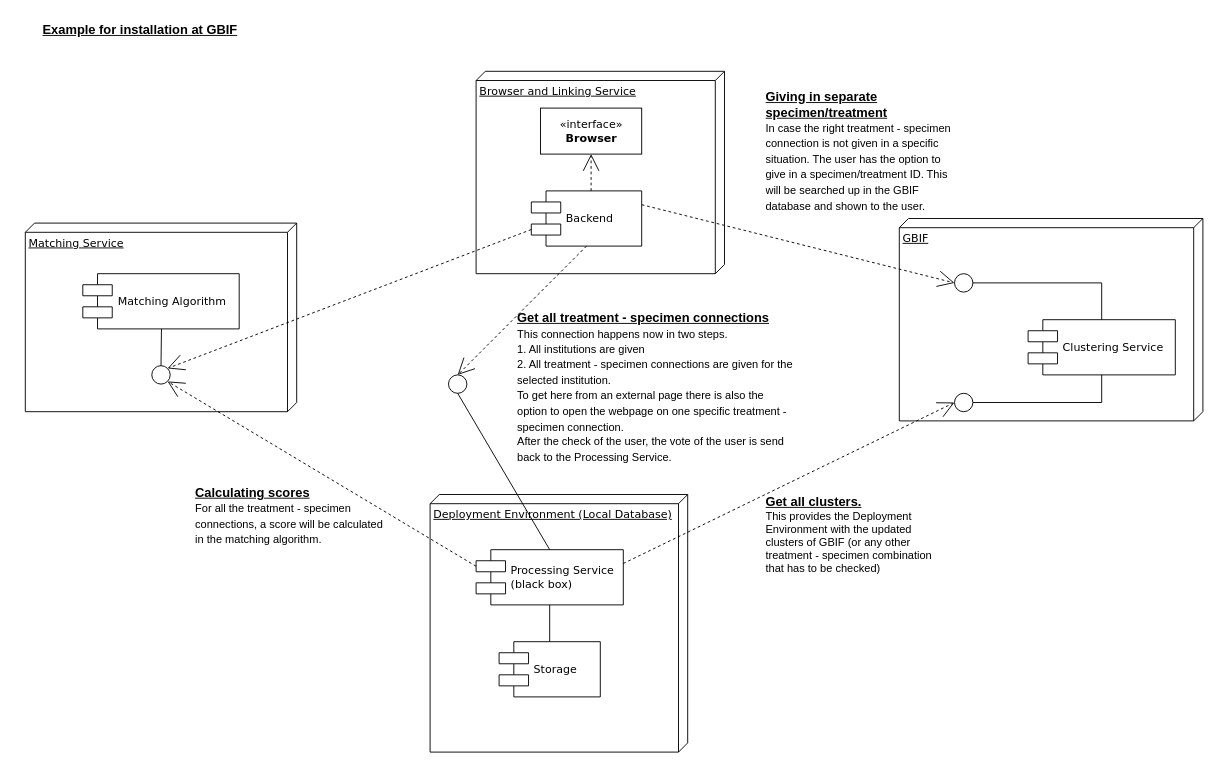
Earlier version of the draw.io diagram Matching Algorithm.drawio (Sandervdbogaert/Sandervdbogaert). Source tidied: cells renumbered, new cells numbered last; positions are measured from the earlier drawing's top-left corner, leaving out a move shared by most shapes. Both pictures are drawn from the tidied source at 92%, with x=0, y=0 at pixel (16, 16).
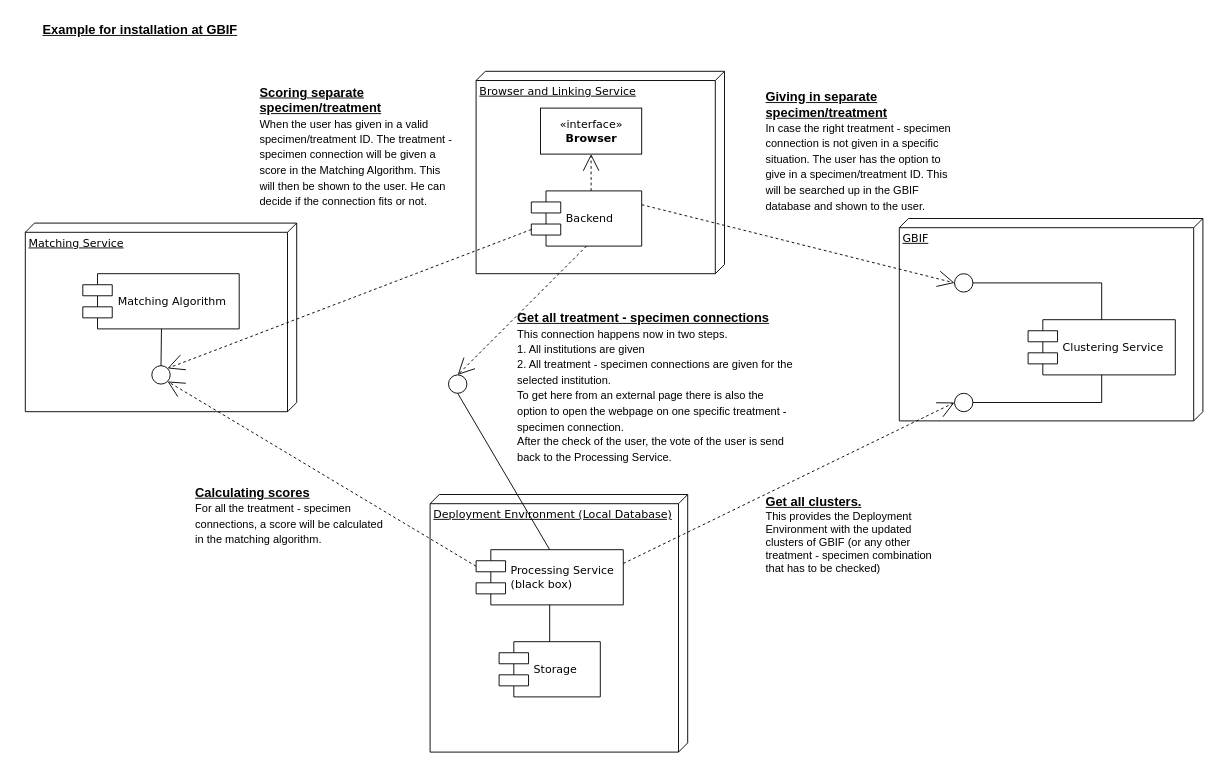
After the change.

The edit, as a diff of the source:
```diff
@@
+    <mxCell id="32" value="&lt;div&gt;&lt;u&gt;&lt;b&gt;Scoring separate specimen/treatment&lt;br&gt;&lt;/b&gt;&lt;/u&gt;&lt;/div&gt;&lt;font style=&quot;font-size: 12px&quot;&gt;When the user has given in a valid specimen/treatment ID. The treatment - specimen connection will be given a score in the Matching Algorithm. This will then be shown to the user. He can decide if the connection fits or not.&lt;/font&gt;" style="text;html=1;strokeColor=none;fillColor=none;spacing=5;spacingTop=-20;whiteSpace=wrap;overflow=hidden;rounded=0;fontSize=14;" parent="1" vertex="1">
+      <mxGeometry x="260" y="85" width="220" height="135" as="geometry" />
+    </mxCell>
```
